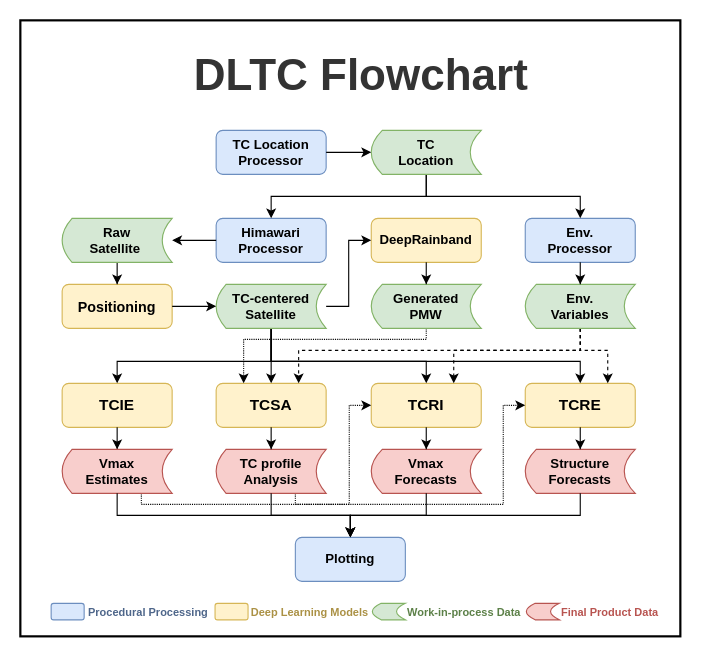
Earlier version of the draw.io diagram dltc.drawio (yuyangk/FlowChart). Source tidied: cells renumbered, new cells numbered last; positions are measured from the earlier drawing's top-left corner, leaving out a move shared by most shapes. Both pictures are drawn from the tidied source at 110%, with x=0, y=0 at pixel (20, 20).
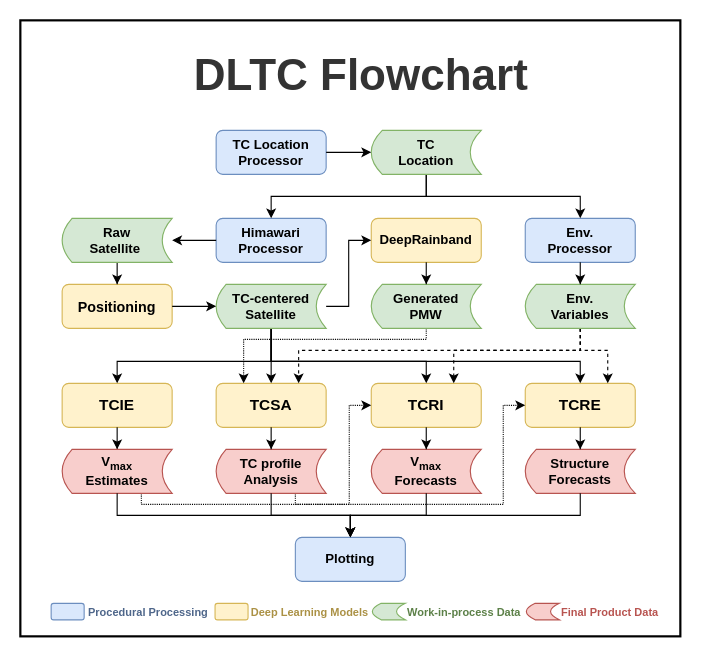
Above is the later version.

Diff of the diagram source:
```diff
@@
-    <mxCell id="44" value="Vmax &lt;br&gt;Estimates" style="shape=dataStorage;whiteSpace=wrap;html=1;fixedSize=1;fillColor=#f8cecc;strokeColor=#b85450;fontFamily=Helvetica;fontStyle=1;size=9;" parent="1" vertex="1">
+    <mxCell id="44" value="V&lt;sub&gt;max &lt;/sub&gt;&lt;br&gt;Estimates" style="shape=dataStorage;whiteSpace=wrap;html=1;fixedSize=1;fillColor=#f8cecc;strokeColor=#b85450;fontFamily=Helvetica;fontStyle=1;size=9;" parent="1" vertex="1">
       <mxGeometry x="38" y="390" width="100" height="40" as="geometry" />
     </mxCell>
-    <mxCell id="45" value="Vmax &lt;br&gt;Forecasts" style="shape=dataStorage;whiteSpace=wrap;html=1;fixedSize=1;fillColor=#f8cecc;strokeColor=#b85450;fontFamily=Helvetica;fontStyle=1;size=10;" parent="1" vertex="1">
+    <mxCell id="45" value="V&lt;sub&gt;max &lt;/sub&gt;&lt;br&gt;Forecasts" style="shape=dataStorage;whiteSpace=wrap;html=1;fixedSize=1;fillColor=#f8cecc;strokeColor=#b85450;fontFamily=Helvetica;fontStyle=1;size=10;" parent="1" vertex="1">
       <mxGeometry x="319" y="390" width="100" height="40" as="geometry" />
     </mxCell>
```
